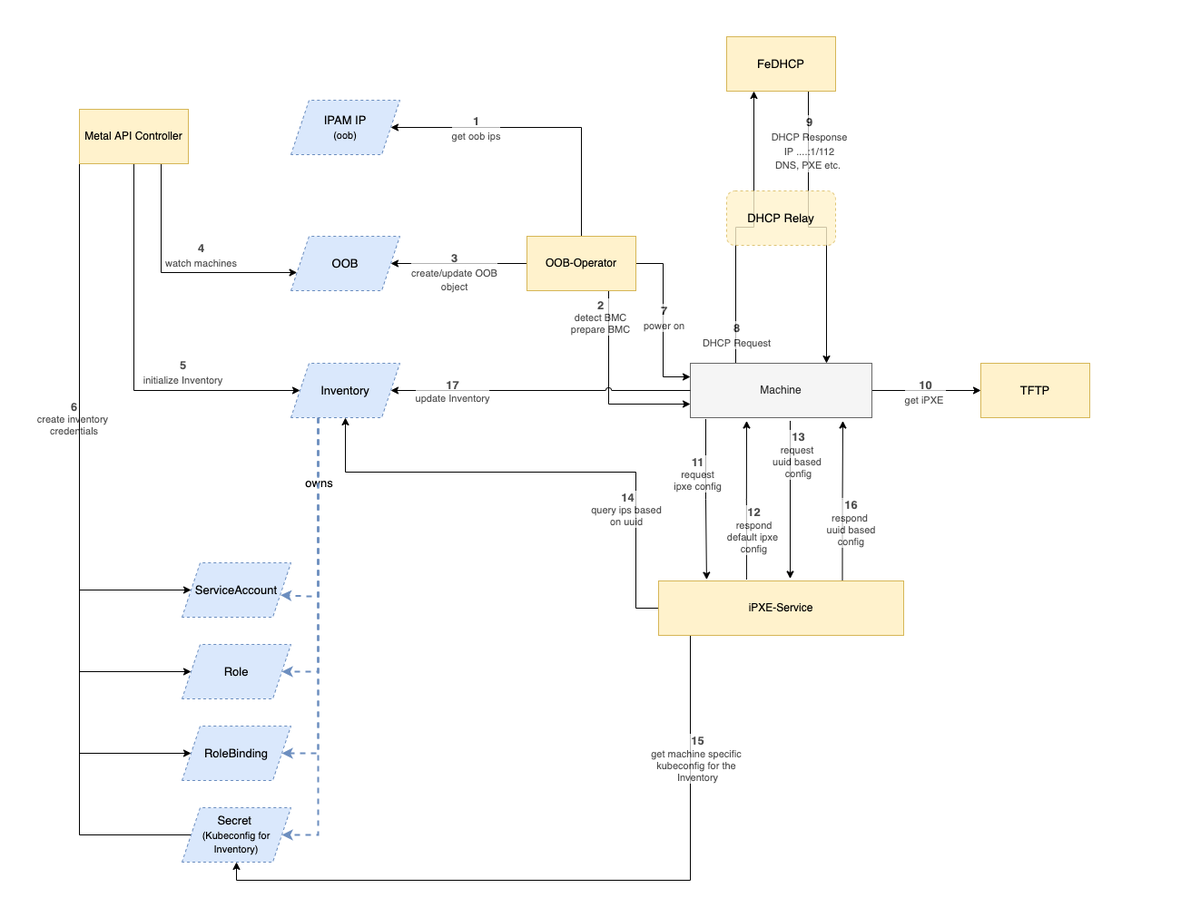
Before: docs/architecture/machine_onbording.png, a diagram exported from draw.io (ironcore-dev/ipxe-service). Source tidied: cells renumbered, new cells last; positions are measured from the earlier drawing's top-left corner, leaving out a move shared by most shapes.
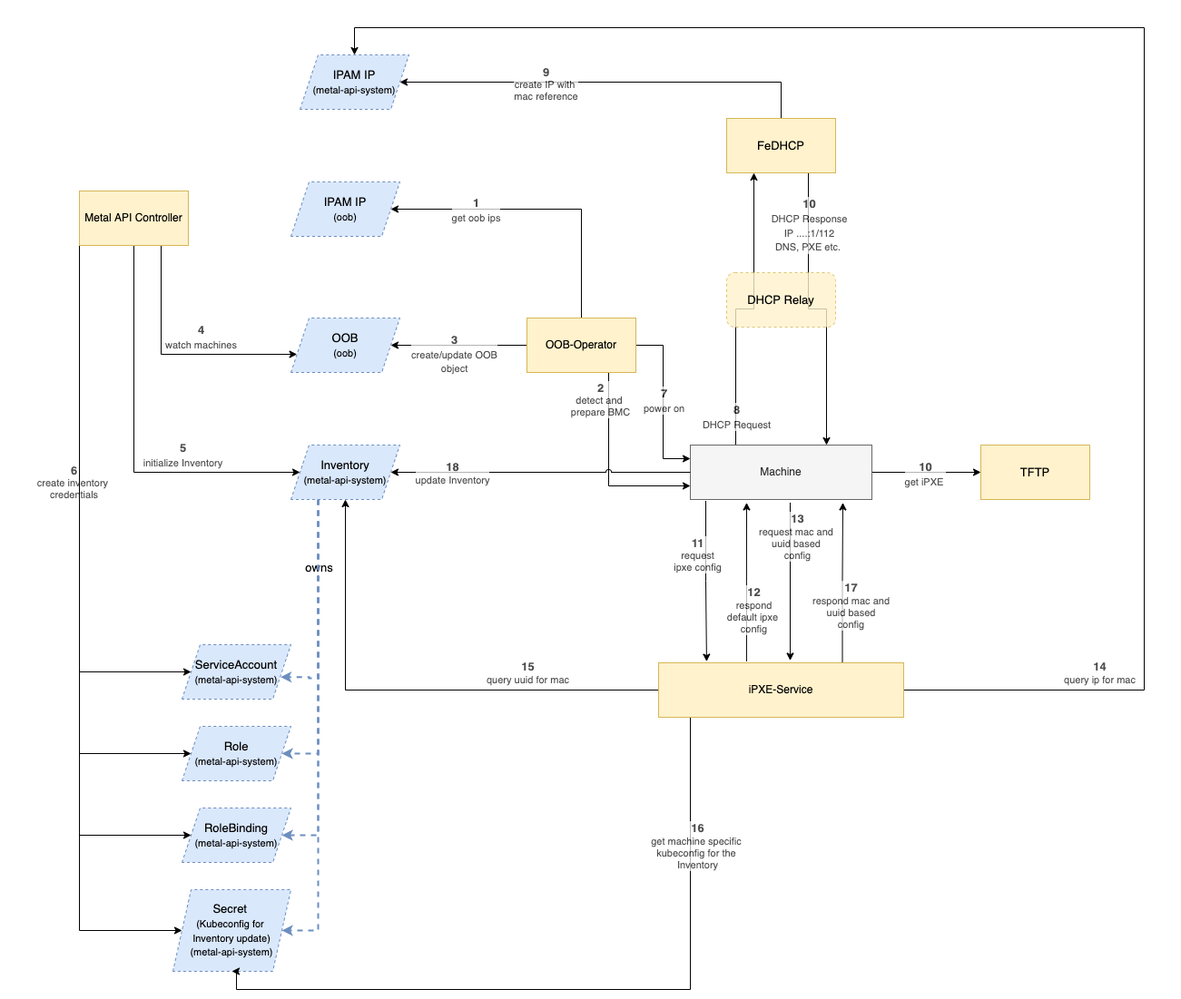
After the change.

Commit message:
fix go gc start issue and update architecture

Diff of the diagram source:
```diff
@@ -3,7 +3,7 @@
     <mxCell id="0" />
     <mxCell id="1" parent="0" />
     <mxCell id="2" style="rounded=0;whiteSpace=wrap;html=1;labelBorderColor=none;fontSize=11;strokeWidth=1;strokeColor=none;fillColor=default;" parent="1" vertex="1">
-      <mxGeometry width="1300" height="1010" as="geometry" />
+      <mxGeometry y="-90" width="1300" height="1100" as="geometry" />
     </mxCell>
     <mxCell id="3" style="edgeStyle=orthogonalEdgeStyle;rounded=0;jettySize=auto;html=1;fontSize=13;entryX=0.25;entryY=1;entryDx=0;entryDy=0;exitX=0.25;exitY=0;exitDx=0;exitDy=0;" parent="1" edge="1" source="12" target="26">
       <mxGeometry relative="1" as="geometry" />
@@ -33,7 +33,7 @@
     <mxCell id="10" style="edgeStyle=orthogonalEdgeStyle;rounded=0;jettySize=auto;html=1;exitX=0.55;exitY=1.058;exitDx=0;exitDy=0;entryX=0.537;entryY=-0.042;entryDx=0;entryDy=0;fontSize=11;startArrow=none;startFill=0;endArrow=classic;endFill=1;strokeWidth=1;exitPerimeter=0;entryPerimeter=0;" parent="1" edge="1" source="12" target="58">
       <mxGeometry relative="1" as="geometry" />
     </mxCell>
-    <mxCell id="11" value="&lt;b style=&quot;font-size: 13px&quot;&gt;13&lt;/b&gt;&lt;br&gt;request &lt;br&gt;uuid based&amp;nbsp;&lt;br&gt;config" style="edgeLabel;html=1;align=center;verticalAlign=middle;fontSize=11;textOpacity=70;" parent="10" vertex="1">
+    <mxCell id="11" value="&lt;b style=&quot;font-size: 13px&quot;&gt;13&lt;/b&gt;&lt;br&gt;request mac and &lt;br&gt;uuid based&amp;nbsp;&lt;br&gt;config" style="edgeLabel;html=1;align=center;verticalAlign=middle;fontSize=11;textOpacity=70;" parent="10" vertex="1">
       <mxGeometry x="-0.57" relative="1" as="geometry">
         <mxPoint x="8" as="offset" />
       </mxGeometry>
@@ -44,7 +44,7 @@
     <mxCell id="13" style="edgeStyle=orthogonalEdgeStyle;rounded=0;jettySize=auto;html=1;entryX=0;entryY=0.75;entryDx=0;entryDy=0;exitX=0.75;exitY=1;exitDx=0;exitDy=0;" parent="1" edge="1" source="23" target="12">
       <mxGeometry relative="1" as="geometry" />
     </mxCell>
-    <mxCell id="14" value="&lt;b&gt;&lt;font style=&quot;font-size: 13px&quot;&gt;2&lt;/font&gt;&lt;/b&gt;&lt;br&gt;detect BMC&lt;br&gt;prepare BMC" style="edgeLabel;html=1;align=center;verticalAlign=middle;textOpacity=70;" parent="13" vertex="1">
+    <mxCell id="14" value="&lt;b&gt;&lt;font style=&quot;font-size: 13px&quot;&gt;2&lt;/font&gt;&lt;/b&gt;&lt;br&gt;detect and &lt;br&gt;prepare BMC" style="edgeLabel;html=1;align=center;verticalAlign=middle;textOpacity=70;" parent="13" vertex="1">
       <mxGeometry x="-0.34" y="1" relative="1" as="geometry">
         <mxPoint x="-11" y="-42" as="offset" />
       </mxGeometry>
@@ -85,10 +85,10 @@
     <mxCell id="20" value="&lt;b style=&quot;font-size: 11px&quot;&gt;&lt;font style=&quot;font-size: 13px&quot;&gt;1&lt;/font&gt;&lt;/b&gt;&lt;br style=&quot;font-size: 11px&quot;&gt;&lt;span style=&quot;font-size: 11px&quot;&gt;get oob ips&lt;/span&gt;" style="edgeLabel;html=1;align=center;verticalAlign=middle;fontSize=13;labelBorderColor=none;textOpacity=70;" parent="19" vertex="1">
       <mxGeometry x="0.44" relative="1" as="geometry" />
     </mxCell>
-    <mxCell id="21" style="edgeStyle=orthogonalEdgeStyle;rounded=0;jettySize=auto;html=1;exitX=0;exitY=1;exitDx=0;exitDy=0;entryX=1;entryY=0.5;entryDx=0;entryDy=0;fontSize=13;startArrow=none;startFill=0;endArrow=classic;endFill=1;strokeWidth=1;" parent="1" edge="1" source="39" target="47">
+    <mxCell id="21" style="edgeStyle=orthogonalEdgeStyle;rounded=0;jettySize=auto;html=1;exitX=0;exitY=1;exitDx=0;exitDy=0;entryX=0;entryY=0.5;entryDx=0;entryDy=0;fontSize=13;startArrow=none;startFill=0;endArrow=classic;endFill=1;strokeWidth=1;" parent="1" edge="1" source="39" target="47">
       <mxGeometry relative="1" as="geometry">
         <Array as="points">
-          <mxPoint x="87" y="920" />
+          <mxPoint x="87" y="935" />
         </Array>
       </mxGeometry>
     </mxCell>
@@ -103,18 +103,30 @@
     <mxCell id="24" style="edgeStyle=orthogonalEdgeStyle;rounded=0;jettySize=auto;html=1;exitX=0.75;exitY=1;exitDx=0;exitDy=0;entryX=0.75;entryY=0;entryDx=0;entryDy=0;fontSize=13;" parent="1" edge="1" source="26" target="12">
       <mxGeometry relative="1" as="geometry" />
     </mxCell>
-    <mxCell id="25" value="&lt;b&gt;9&lt;/b&gt;&lt;br style=&quot;font-size: 11px&quot;&gt;&lt;span style=&quot;font-size: 11px&quot;&gt;DHCP Response&lt;br&gt;IP ....:1/112&lt;br&gt;DNS, PXE etc.&amp;nbsp;&lt;br&gt;&lt;/span&gt;" style="edgeLabel;html=1;align=center;verticalAlign=middle;fontSize=13;textOpacity=70;" parent="24" vertex="1">
+    <mxCell id="25" value="&lt;b&gt;10&lt;/b&gt;&lt;br style=&quot;font-size: 11px&quot;&gt;&lt;span style=&quot;font-size: 11px&quot;&gt;DHCP Response&lt;br&gt;IP ....:1/112&lt;br&gt;DNS, PXE etc.&amp;nbsp;&lt;br&gt;&lt;/span&gt;" style="edgeLabel;html=1;align=center;verticalAlign=middle;fontSize=13;textOpacity=70;" parent="24" vertex="1">
       <mxGeometry x="-0.72" relative="1" as="geometry">
         <mxPoint y="13" as="offset" />
       </mxGeometry>
     </mxCell>
+    <mxCell id="61" style="edgeStyle=orthogonalEdgeStyle;rounded=0;jettySize=auto;html=1;entryX=1;entryY=0.5;entryDx=0;entryDy=0;" parent="1" edge="1" source="26" target="65">
+      <mxGeometry relative="1" as="geometry">
+        <Array as="points">
+          <mxPoint x="860" />
+        </Array>
+      </mxGeometry>
+    </mxCell>
+    <mxCell id="62" value="&lt;span style=&quot;font-size: 13px&quot;&gt;&lt;b&gt;9&lt;/b&gt;&lt;/span&gt;&lt;br&gt;create IP with &lt;br&gt;mac reference" style="edgeLabel;html=1;align=center;verticalAlign=middle;textOpacity=70;" parent="61" vertex="1">
+      <mxGeometry x="0.3" y="-2" relative="1" as="geometry">
+        <mxPoint y="3" as="offset" />
+      </mxGeometry>
+    </mxCell>
     <mxCell id="26" value="FeDHCP" style="rounded=0;whiteSpace=wrap;html=1;fontSize=13;fillColor=#fff2cc;strokeColor=#d6b656;" parent="1" vertex="1">
       <mxGeometry x="800" y="40" width="120" height="60" as="geometry" />
     </mxCell>
     <mxCell id="27" value="DHCP Relay" style="rounded=1;whiteSpace=wrap;html=1;fontSize=13;dashed=1;fillColor=#fff2cc;strokeColor=#d6b656;opacity=80;" parent="1" vertex="1">
       <mxGeometry x="800" y="210" width="120" height="60" as="geometry" />
     </mxCell>
-    <mxCell id="28" value="OOB" style="shape=parallelogram;perimeter=parallelogramPerimeter;whiteSpace=wrap;html=1;fixedSize=1;dashed=1;fontSize=13;fillColor=#dae8fc;strokeColor=#6c8ebf;" parent="1" vertex="1">
+    <mxCell id="28" value="OOB&lt;br&gt;&lt;span style=&quot;font-size: 11px&quot;&gt;(oob)&lt;/span&gt;" style="shape=parallelogram;perimeter=parallelogramPerimeter;whiteSpace=wrap;html=1;fixedSize=1;dashed=1;fontSize=13;fillColor=#dae8fc;strokeColor=#6c8ebf;" parent="1" vertex="1">
       <mxGeometry x="320" y="260" width="120" height="60" as="geometry" />
     </mxCell>
     <mxCell id="29" value="IPAM IP&lt;br&gt;&lt;font style=&quot;font-size: 11px&quot;&gt;(oob)&lt;/font&gt;" style="shape=parallelogram;perimeter=parallelogramPerimeter;whiteSpace=wrap;html=1;fixedSize=1;dashed=1;fontSize=13;fillColor=#dae8fc;strokeColor=#6c8ebf;" parent="1" vertex="1">
@@ -186,7 +198,7 @@
     <mxCell id="41" style="edgeStyle=orthogonalEdgeStyle;rounded=0;jettySize=auto;html=1;exitX=0.25;exitY=1;exitDx=0;exitDy=0;entryX=1;entryY=0.5;entryDx=0;entryDy=0;fontSize=13;startArrow=none;startFill=0;endArrow=classic;endFill=1;dashed=1;fillColor=#dae8fc;strokeColor=#6c8ebf;strokeWidth=2;" parent="1" edge="1" source="45" target="47">
       <mxGeometry relative="1" as="geometry">
         <Array as="points">
-          <mxPoint x="350" y="920" />
+          <mxPoint x="350" y="935" />
         </Array>
       </mxGeometry>
     </mxCell>
@@ -209,19 +221,19 @@
         </Array>
       </mxGeometry>
     </mxCell>
-    <mxCell id="45" value="Inventory" style="shape=parallelogram;perimeter=parallelogramPerimeter;whiteSpace=wrap;html=1;fixedSize=1;dashed=1;fontSize=13;fillColor=#dae8fc;strokeColor=#6c8ebf;" parent="1" vertex="1">
+    <mxCell id="45" value="Inventory&lt;br&gt;&lt;span style=&quot;font-size: 11px&quot;&gt;(metal-api-system)&lt;/span&gt;" style="shape=parallelogram;perimeter=parallelogramPerimeter;whiteSpace=wrap;html=1;fixedSize=1;dashed=1;fontSize=13;fillColor=#dae8fc;strokeColor=#6c8ebf;" parent="1" vertex="1">
       <mxGeometry x="320" y="400" width="120" height="60" as="geometry" />
     </mxCell>
-    <mxCell id="46" value="ServiceAccount" style="shape=parallelogram;perimeter=parallelogramPerimeter;whiteSpace=wrap;html=1;fixedSize=1;dashed=1;fontSize=13;fillColor=#dae8fc;strokeColor=#6c8ebf;" parent="1" vertex="1">
+    <mxCell id="46" value="ServiceAccount&lt;br&gt;&lt;span style=&quot;font-size: 11px&quot;&gt;(metal-api-system)&lt;/span&gt;" style="shape=parallelogram;perimeter=parallelogramPerimeter;whiteSpace=wrap;html=1;fixedSize=1;dashed=1;fontSize=13;fillColor=#dae8fc;strokeColor=#6c8ebf;" parent="1" vertex="1">
       <mxGeometry x="200" y="620" width="120" height="60" as="geometry" />
     </mxCell>
-    <mxCell id="47" value="Secret &lt;br&gt;&lt;font style=&quot;font-size: 11px&quot;&gt;(Kubeconfig for Inventory)&lt;/font&gt;" style="shape=parallelogram;perimeter=parallelogramPerimeter;whiteSpace=wrap;html=1;fixedSize=1;dashed=1;fontSize=13;fillColor=#dae8fc;strokeColor=#6c8ebf;" parent="1" vertex="1">
-      <mxGeometry x="200" y="890" width="120" height="60" as="geometry" />
+    <mxCell id="47" value="Secret &lt;br&gt;&lt;font style=&quot;font-size: 11px&quot;&gt;(Kubeconfig for &lt;br&gt;Inventory update)&lt;br&gt;(metal-api-system)&lt;br&gt;&lt;/font&gt;" style="shape=parallelogram;perimeter=parallelogramPerimeter;whiteSpace=wrap;html=1;fixedSize=1;dashed=1;fontSize=13;fillColor=#dae8fc;strokeColor=#6c8ebf;" parent="1" vertex="1">
+      <mxGeometry x="190" y="890" width="130" height="90" as="geometry" />
     </mxCell>
-    <mxCell id="48" value="Role" style="shape=parallelogram;perimeter=parallelogramPerimeter;whiteSpace=wrap;html=1;fixedSize=1;dashed=1;fontSize=13;fillColor=#dae8fc;strokeColor=#6c8ebf;" parent="1" vertex="1">
+    <mxCell id="48" value="Role&lt;br&gt;&lt;span style=&quot;font-size: 11px&quot;&gt;(metal-api-system)&lt;/span&gt;" style="shape=parallelogram;perimeter=parallelogramPerimeter;whiteSpace=wrap;html=1;fixedSize=1;dashed=1;fontSize=13;fillColor=#dae8fc;strokeColor=#6c8ebf;" parent="1" vertex="1">
       <mxGeometry x="200" y="710" width="120" height="60" as="geometry" />
     </mxCell>
-    <mxCell id="49" value="RoleBinding" style="shape=parallelogram;perimeter=parallelogramPerimeter;whiteSpace=wrap;html=1;fixedSize=1;dashed=1;fontSize=13;fillColor=#dae8fc;strokeColor=#6c8ebf;" parent="1" vertex="1">
+    <mxCell id="49" value="RoleBinding&lt;br&gt;&lt;span style=&quot;font-size: 11px&quot;&gt;(metal-api-system)&lt;/span&gt;" style="shape=parallelogram;perimeter=parallelogramPerimeter;whiteSpace=wrap;html=1;fixedSize=1;dashed=1;fontSize=13;fillColor=#dae8fc;strokeColor=#6c8ebf;" parent="1" vertex="1">
       <mxGeometry x="200" y="800" width="120" height="60" as="geometry" />
     </mxCell>
     <mxCell id="50" style="edgeStyle=orthogonalEdgeStyle;rounded=0;jettySize=auto;html=1;entryX=0.31;entryY=1.058;entryDx=0;entryDy=0;fontSize=11;startArrow=none;startFill=0;endArrow=classic;endFill=1;strokeWidth=1;exitX=0.359;exitY=-0.025;exitDx=0;exitDy=0;exitPerimeter=0;entryPerimeter=0;" parent="1" edge="1" source="58" target="12">
@@ -235,46 +247,57 @@
     <mxCell id="52" style="edgeStyle=orthogonalEdgeStyle;rounded=0;jettySize=auto;html=1;exitX=0.75;exitY=0;exitDx=0;exitDy=0;entryX=0.84;entryY=1.058;entryDx=0;entryDy=0;entryPerimeter=0;fontSize=11;startArrow=none;startFill=0;endArrow=classic;endFill=1;strokeWidth=1;" parent="1" edge="1" source="58" target="12">
       <mxGeometry relative="1" as="geometry" />
     </mxCell>
-    <mxCell id="53" value="&lt;b style=&quot;font-size: 13px&quot;&gt;16&lt;/b&gt;&lt;br&gt;respond &lt;br&gt;uuid based&lt;br&gt;config" style="edgeLabel;html=1;align=center;verticalAlign=middle;fontSize=11;textOpacity=70;" parent="52" vertex="1">
+    <mxCell id="53" value="&lt;b style=&quot;font-size: 13px&quot;&gt;17&lt;/b&gt;&lt;br&gt;respond mac and&lt;br&gt;uuid based&lt;br&gt;config" style="edgeLabel;html=1;align=center;verticalAlign=middle;fontSize=11;textOpacity=70;" parent="52" vertex="1">
       <mxGeometry x="-0.29" y="-2" relative="1" as="geometry">
         <mxPoint x="7" y="-2" as="offset" />
       </mxGeometry>
     </mxCell>
-    <mxCell id="54" style="edgeStyle=orthogonalEdgeStyle;rounded=0;jettySize=auto;html=1;entryX=0.5;entryY=1;entryDx=0;entryDy=0;fontSize=11;startArrow=none;startFill=0;endArrow=classic;endFill=1;strokeWidth=1;exitX=0;exitY=0.5;exitDx=0;exitDy=0;" parent="1" edge="1" source="58" target="45">
+    <mxCell id="54" style="edgeStyle=orthogonalEdgeStyle;rounded=0;jettySize=auto;html=1;entryX=0.5;entryY=0;entryDx=0;entryDy=0;fontSize=11;startArrow=none;startFill=0;endArrow=classic;endFill=1;strokeWidth=1;exitX=1;exitY=0.5;exitDx=0;exitDy=0;" parent="1" edge="1" source="58" target="65">
       <mxGeometry relative="1" as="geometry">
         <Array as="points">
-          <mxPoint x="700" y="670" />
-          <mxPoint x="700" y="520" />
-          <mxPoint x="380" y="520" />
+          <mxPoint x="1260" y="670" />
+          <mxPoint x="1260" y="-60" />
+          <mxPoint x="390" y="-60" />
         </Array>
       </mxGeometry>
     </mxCell>
-    <mxCell id="55" value="&lt;b style=&quot;font-size: 13px&quot;&gt;14&lt;/b&gt;&lt;br&gt;query ips based&amp;nbsp;&lt;br&gt;on uuid&amp;nbsp;" style="edgeLabel;html=1;align=center;verticalAlign=middle;fontSize=11;textOpacity=70;" parent="54" vertex="1">
+    <mxCell id="55" value="&lt;b style=&quot;font-size: 13px&quot;&gt;14&lt;/b&gt;&lt;br&gt;query ip for mac" style="edgeLabel;html=1;align=center;verticalAlign=middle;fontSize=11;textOpacity=70;" parent="54" vertex="1">
       <mxGeometry x="-0.61" y="-2" relative="1" as="geometry">
-        <mxPoint x="-12" y="-28" as="offset" />
+        <mxPoint x="-52" y="82" as="offset" />
       </mxGeometry>
     </mxCell>
     <mxCell id="56" style="edgeStyle=orthogonalEdgeStyle;rounded=0;jettySize=auto;html=1;entryX=0.5;entryY=1;entryDx=0;entryDy=0;fontSize=11;startArrow=none;startFill=0;endArrow=classic;endFill=1;strokeWidth=1;" parent="1" edge="1" source="58" target="47">
       <mxGeometry relative="1" as="geometry">
         <Array as="points">
-          <mxPoint x="760" y="970" />
-          <mxPoint x="260" y="970" />
+          <mxPoint x="760" y="1000" />
+          <mxPoint x="260" y="1000" />
         </Array>
       </mxGeometry>
     </mxCell>
-    <mxCell id="57" value="&lt;b style=&quot;font-size: 13px&quot;&gt;15&lt;/b&gt;&lt;br&gt;get machine specific &lt;br&gt;kubeconfig for the&amp;nbsp;&lt;br&gt;Inventory" style="edgeLabel;html=1;align=center;verticalAlign=middle;fontSize=11;textOpacity=70;" parent="56" vertex="1">
+    <mxCell id="57" value="&lt;b style=&quot;font-size: 13px&quot;&gt;16&lt;/b&gt;&lt;br&gt;get machine specific &lt;br&gt;kubeconfig for the&amp;nbsp;&lt;br&gt;Inventory" style="edgeLabel;html=1;align=center;verticalAlign=middle;fontSize=11;textOpacity=70;" parent="56" vertex="1">
       <mxGeometry x="-0.66" y="1" relative="1" as="geometry">
         <mxPoint x="6" y="1" as="offset" />
       </mxGeometry>
     </mxCell>
+    <mxCell id="63" style="edgeStyle=orthogonalEdgeStyle;rounded=0;jettySize=auto;html=1;entryX=0.5;entryY=1;entryDx=0;entryDy=0;" parent="1" edge="1" source="58" target="45">
+      <mxGeometry relative="1" as="geometry" />
+    </mxCell>
+    <mxCell id="64" value="&lt;b style=&quot;font-size: 13px&quot;&gt;15&lt;/b&gt;&lt;br&gt;query uuid for mac" style="edgeLabel;html=1;align=center;verticalAlign=middle;textOpacity=70;" parent="63" vertex="1">
+      <mxGeometry x="-0.48" y="-3" relative="1" as="geometry">
+        <mxPoint x="-1" y="-17" as="offset" />
+      </mxGeometry>
+    </mxCell>
     <mxCell id="58" value="iPXE-Service" style="rounded=0;whiteSpace=wrap;html=1;fillColor=#fff2cc;strokeColor=#d6b656;" parent="1" vertex="1">
       <mxGeometry x="725" y="640" width="270" height="60" as="geometry" />
     </mxCell>
     <mxCell id="59" style="edgeStyle=orthogonalEdgeStyle;rounded=0;jettySize=auto;html=1;entryX=1;entryY=0.5;entryDx=0;entryDy=0;fontSize=11;startArrow=none;startFill=0;endArrow=classic;endFill=1;strokeWidth=1;jumpStyle=arc;" parent="1" edge="1" source="12" target="45">
       <mxGeometry relative="1" as="geometry" />
     </mxCell>
-    <mxCell id="60" value="&lt;b style=&quot;font-size: 13px&quot;&gt;17&lt;/b&gt;&lt;br&gt;update Inventory" style="edgeLabel;html=1;align=center;verticalAlign=middle;fontSize=11;textOpacity=70;" parent="59" vertex="1">
+    <mxCell id="60" value="&lt;b style=&quot;font-size: 13px&quot;&gt;18&lt;/b&gt;&lt;br&gt;update Inventory" style="edgeLabel;html=1;align=center;verticalAlign=middle;fontSize=11;textOpacity=70;" parent="59" vertex="1">
       <mxGeometry x="0.59" relative="1" as="geometry" />
     </mxCell>
+    <mxCell id="65" value="IPAM IP&lt;br&gt;&lt;font style=&quot;font-size: 11px&quot;&gt;(metal-api-system)&lt;/font&gt;" style="shape=parallelogram;perimeter=parallelogramPerimeter;whiteSpace=wrap;html=1;fixedSize=1;dashed=1;fontSize=13;fillColor=#dae8fc;strokeColor=#6c8ebf;" parent="1" vertex="1">
+      <mxGeometry x="330" y="-30" width="120" height="60" as="geometry" />
+    </mxCell>
   </root>
 </mxGraphModel>
```
